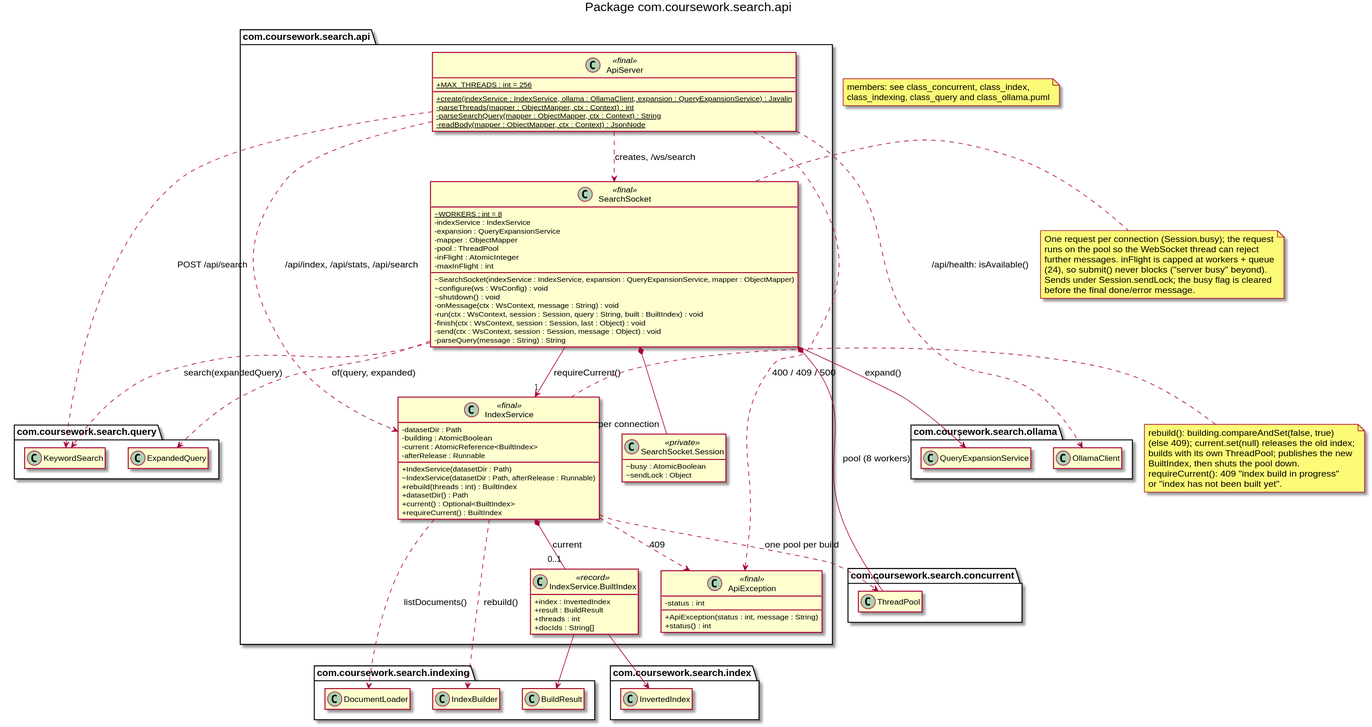
poBEDA1631/course_work_parallel_computing keeps this PlantUML diagram as docs/class_api.svg. Above is the earlier version. The source it was exported from:
```plantuml
@startuml class_api
title Package com.coursework.search.api

skinparam classAttributeIconSize 0
hide empty members

package com.coursework.search.api {

  class ApiServer <<final>> {
    + {static} MAX_THREADS : int = 256
    + {static} create(indexService : IndexService, ollama : OllamaClient, expansion : QueryExpansionService) : Javalin
    - {static} parseThreads(mapper : ObjectMapper, ctx : Context) : int
    - {static} parseSearchQuery(mapper : ObjectMapper, ctx : Context) : String
    - {static} readBody(mapper : ObjectMapper, ctx : Context) : JsonNode
  }

  class IndexService <<final>> {
    - datasetDir : Path
    - building : AtomicBoolean
    - current : AtomicReference<BuiltIndex>
    - afterRelease : Runnable
    + IndexService(datasetDir : Path)
    ~ IndexService(datasetDir : Path, afterRelease : Runnable)
    + rebuild(threads : int) : BuiltIndex
    + datasetDir() : Path
    + current() : Optional<BuiltIndex>
    + requireCurrent() : BuiltIndex
  }

  class "IndexService.BuiltIndex" as BuiltIndex <<record>> {
    + index : InvertedIndex
    + result : BuildResult
    + threads : int
    + docIds : String[]
  }

  class SearchSocket <<final>> {
    ~ {static} WORKERS : int = 8
    - indexService : IndexService
    - expansion : QueryExpansionService
    - mapper : ObjectMapper
    - pool : ThreadPool
    - inFlight : AtomicInteger
    - maxInFlight : int
    ~ SearchSocket(indexService : IndexService, expansion : QueryExpansionService, mapper : ObjectMapper)
    ~ configure(ws : WsConfig) : void
    ~ shutdown() : void
    - onMessage(ctx : WsContext, message : String) : void
    - run(ctx : WsContext, session : Session, query : String, built : BuiltIndex) : void
    - finish(ctx : WsContext, session : Session, last : Object) : void
    - send(ctx : WsContext, session : Session, message : Object) : void
    - parseQuery(message : String) : String
  }

  class "SearchSocket.Session" as Session <<private>> {
    ~ busy : AtomicBoolean
    ~ sendLock : Object
  }

  class ApiException <<final>> {
    - status : int
    + ApiException(status : int, message : String)
    + status() : int
  }
}

package com.coursework.search.concurrent {
  class ThreadPool
}
package com.coursework.search.index {
  class InvertedIndex
}
package com.coursework.search.indexing {
  class IndexBuilder
  class DocumentLoader
  class BuildResult
}
package com.coursework.search.query {
  class KeywordSearch
  class ExpandedQuery
}
package com.coursework.search.ollama {
  class OllamaClient
  class QueryExpansionService
}
note as Refs
  members: see class_concurrent, class_index,
  class_indexing, class_query and class_ollama.puml
end note

ApiServer ..> IndexService : /api/index, /api/stats, /api/search
ApiServer ..> SearchSocket : creates, /ws/search
ApiServer ..> OllamaClient : /api/health: isAvailable()
ApiServer ..> KeywordSearch : POST /api/search
ApiServer ..> ApiException : 400 / 409 / 500
IndexService *-- "0..1" BuiltIndex : current
IndexService ..> IndexBuilder : rebuild()
IndexService ..> DocumentLoader : listDocuments()
IndexService ..> ThreadPool : one pool per build
IndexService ..> ApiException : 409
BuiltIndex --> InvertedIndex
BuiltIndex --> BuildResult
SearchSocket --> "1" IndexService : requireCurrent()
SearchSocket --> "1" QueryExpansionService : expand()
SearchSocket *-- "1" ThreadPool : pool (8 workers)
SearchSocket ..> ExpandedQuery : of(query, expanded)
SearchSocket ..> KeywordSearch : search(expandedQuery)
SearchSocket *-- "per connection" Session

note right of IndexService
  rebuild(): building.compareAndSet(false, true)
  (else 409); current.set(null) releases the old index;
  builds with its own ThreadPool; publishes the new
  BuiltIndex, then shuts the pool down.
  requireCurrent(): 409 "index build in progress"
  or "index has not been built yet".
end note

note right of SearchSocket
  One request per connection (Session.busy); the request
  runs on the pool so the WebSocket thread can reject
  further messages. inFlight is capped at workers + queue
  (24), so submit() never blocks ("server busy" beyond).
  Sends under Session.sendLock; the busy flag is cleared
  before the final done/error message.
end note

@enduml
```
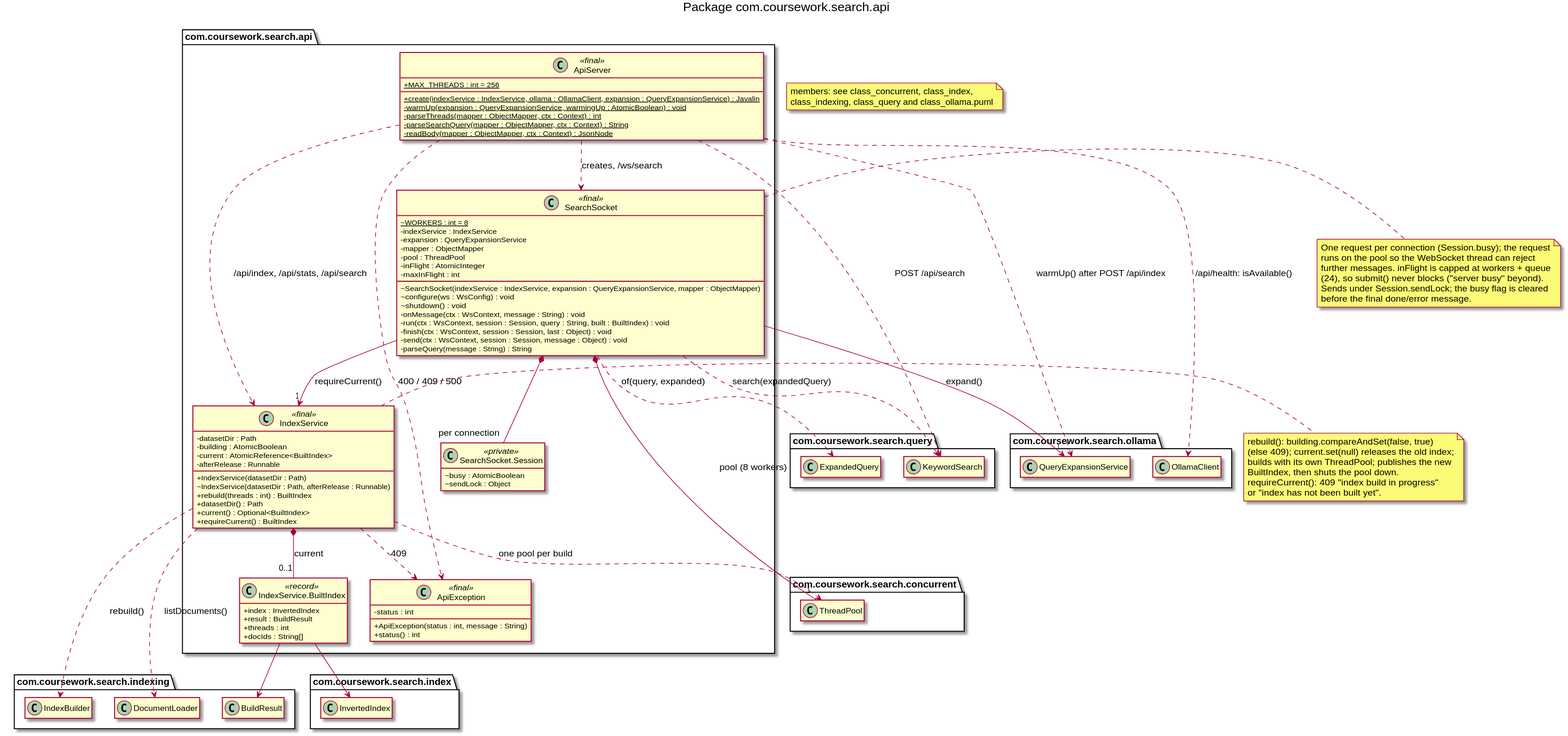
Later version of the same file.

Commit message:
docs: describe the post-build warm-up and its limits

Change to the diagram source:
```diff
@@ -9,6 +9,7 @@
   class ApiServer <<final>> {
     + {static} MAX_THREADS : int = 256
     + {static} create(indexService : IndexService, ollama : OllamaClient, expansion : QueryExpansionService) : Javalin
+    - {static} warmUp(expansion : QueryExpansionService, warmingUp : AtomicBoolean) : void
     - {static} parseThreads(mapper : ObjectMapper, ctx : Context) : int
     - {static} parseSearchQuery(mapper : ObjectMapper, ctx : Context) : String
     - {static} readBody(mapper : ObjectMapper, ctx : Context) : JsonNode
@@ -91,6 +92,7 @@
 ApiServer ..> IndexService : /api/index, /api/stats, /api/search
 ApiServer ..> SearchSocket : creates, /ws/search
 ApiServer ..> OllamaClient : /api/health: isAvailable()
+ApiServer ..> QueryExpansionService : warmUp() after POST /api/index
 ApiServer ..> KeywordSearch : POST /api/search
 ApiServer ..> ApiException : 400 / 409 / 500
 IndexService *-- "0..1" BuiltIndex : current
```
